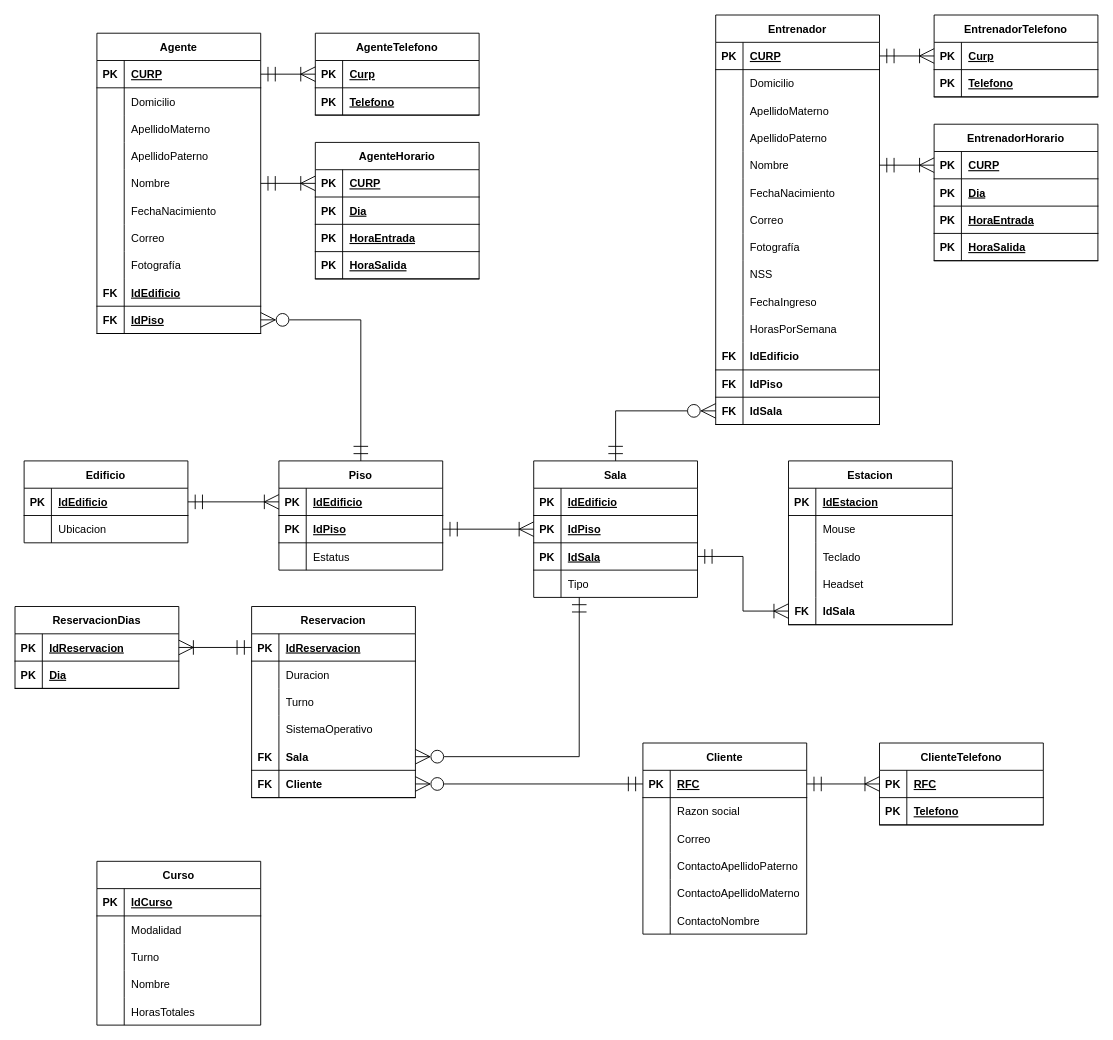
Above: ProyectoFinal/Diagramas/Relacional.drawio in frgaray/FBD-2023-1 (draw.io), before the change. Source tidied: cells renumbered, new cells numbered last; positions are measured from the earlier drawing's top-left corner, leaving out a move shared by most shapes. Both pictures are drawn from the tidied source at 91%, with x=0, y=0 at pixel (15, 15).
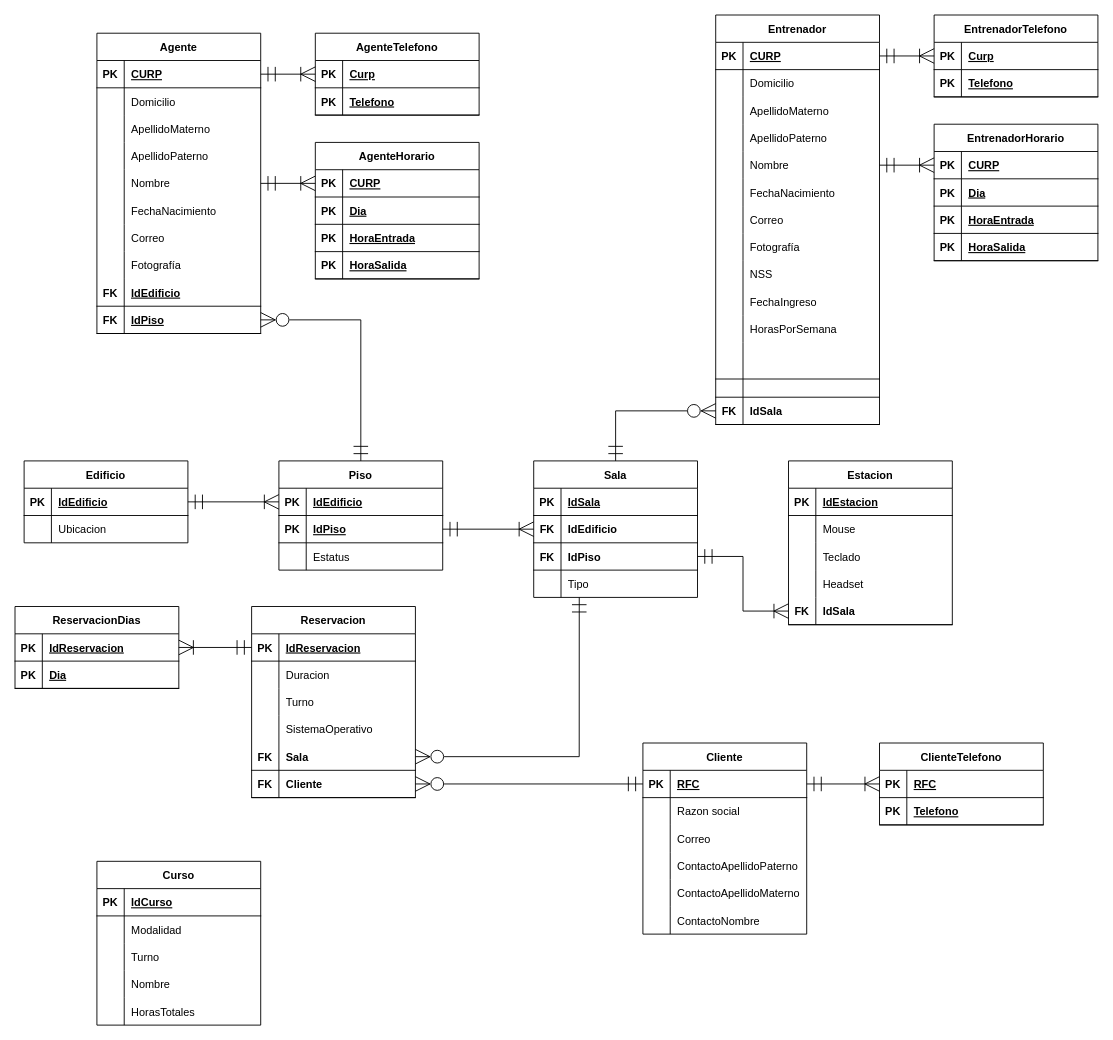
The same page after the edit.

Commit message (it also covers changes not shown here):
changing Sala as strong

Unchanged cells that the change refers to:
```xml
<mxCell id="21" style="shape=tableRow;horizontal=0;startSize=0;swimlaneHead=0;swimlaneBody=0;fillColor=none;top=0;left=0;right=0;bottom=1;" parent="20" vertex="1">
  <mxGeometry y="30" width="180" height="30" as="geometry" />
</mxCell>
<mxCell id="24" style="shape=tableRow;horizontal=0;startSize=0;swimlaneHead=0;swimlaneBody=0;fillColor=none;points=[[0,0.5],[1,0.5]];portConstraint=eastwest;top=0;left=0;right=0;bottom=1;" parent="20" vertex="1">
  <mxGeometry y="60" width="180" height="30" as="geometry" />
</mxCell>
<mxCell id="27" style="shape=tableRow;horizontal=0;startSize=0;swimlaneHead=0;swimlaneBody=0;fillColor=none;points=[[0,0.5],[1,0.5]];portConstraint=eastwest;top=0;left=0;right=0;bottom=1;" parent="20" vertex="1">
  <mxGeometry y="90" width="180" height="30" as="geometry" />
</mxCell>
<mxCell id="133" value="Entrenador" style="shape=table;startSize=30;childLayout=tableLayout;rowLines=0;fontStyle=1;align=center;" parent="1" vertex="1">
  <mxGeometry x="770" width="180" height="450" as="geometry" />
</mxCell>
```

Change to the diagram source:
```diff
@@
-    <mxCell id="23" value="IdEdificio" style="shape=partialRectangle;fillColor=none;top=0;left=0;bottom=0;right=0;align=left;spacingLeft=6;fontStyle=5;overflow=hidden;" parent="21" vertex="1">
+    <mxCell id="23" value="IdSala" style="shape=partialRectangle;fillColor=none;top=0;left=0;bottom=0;right=0;align=left;spacingLeft=6;fontStyle=5;overflow=hidden;" parent="21" vertex="1">
       <mxGeometry x="30" width="150" height="30" as="geometry" />
     </mxCell>
@@
-    <mxCell id="25" value="PK" style="shape=partialRectangle;fillColor=none;top=0;left=0;bottom=0;right=0;fontStyle=1;overflow=hidden;" parent="24" vertex="1">
+    <mxCell id="25" value="FK" style="shape=partialRectangle;fillColor=none;top=0;left=0;bottom=0;right=0;fontStyle=1;overflow=hidden;" parent="24" vertex="1">
       <mxGeometry width="30" height="30" as="geometry" />
     </mxCell>
-    <mxCell id="26" value="IdPiso" style="shape=partialRectangle;fillColor=none;top=0;left=0;bottom=0;right=0;align=left;spacingLeft=6;fontStyle=5;overflow=hidden;" parent="24" vertex="1">
+    <mxCell id="26" value="IdEdificio" style="shape=partialRectangle;fillColor=none;top=0;left=0;bottom=0;right=0;align=left;spacingLeft=6;fontStyle=1;overflow=hidden;" parent="24" vertex="1">
       <mxGeometry x="30" width="150" height="30" as="geometry" />
     </mxCell>
@@
-    <mxCell id="28" value="PK" style="shape=partialRectangle;fillColor=none;top=0;left=0;bottom=0;right=0;fontStyle=1;overflow=hidden;" parent="27" vertex="1">
+    <mxCell id="28" value="FK" style="shape=partialRectangle;fillColor=none;top=0;left=0;bottom=0;right=0;fontStyle=1;overflow=hidden;" parent="27" vertex="1">
       <mxGeometry width="30" height="30" as="geometry" />
     </mxCell>
-    <mxCell id="29" value="IdSala" style="shape=partialRectangle;fillColor=none;top=0;left=0;bottom=0;right=0;align=left;spacingLeft=6;fontStyle=5;overflow=hidden;" parent="27" vertex="1">
+    <mxCell id="29" value="IdPiso" style="shape=partialRectangle;fillColor=none;top=0;left=0;bottom=0;right=0;align=left;spacingLeft=6;fontStyle=1;overflow=hidden;" parent="27" vertex="1">
       <mxGeometry x="30" width="150" height="30" as="geometry" />
     </mxCell>
@@
     <mxCell id="167" style="shape=tableRow;horizontal=0;startSize=0;swimlaneHead=0;swimlaneBody=0;fillColor=none;top=0;left=0;right=0;bottom=1;" parent="133" vertex="1">
-      <mxGeometry y="360" width="180" height="30" as="geometry" />
+      <mxGeometry y="360" width="180" height="40" as="geometry" />
     </mxCell>
-    <mxCell id="168" value="FK" style="shape=partialRectangle;fillColor=none;top=0;left=0;bottom=0;right=0;fontStyle=1;overflow=hidden;" parent="167" vertex="1">
-      <mxGeometry width="30" height="30" as="geometry" />
+    <mxCell id="168" style="shape=partialRectangle;fillColor=none;top=0;left=0;bottom=0;right=0;fontStyle=1;overflow=hidden;" parent="167" vertex="1">
+      <mxGeometry width="30" height="40" as="geometry" />
     </mxCell>
-    <mxCell id="169" value="IdEdificio" style="shape=partialRectangle;fillColor=none;top=0;left=0;bottom=0;right=0;align=left;spacingLeft=6;fontStyle=1;overflow=hidden;" parent="167" vertex="1">
-      <mxGeometry x="30" width="150" height="30" as="geometry" />
+    <mxCell id="169" style="shape=partialRectangle;fillColor=none;top=0;left=0;bottom=0;right=0;align=left;spacingLeft=6;fontStyle=1;overflow=hidden;" parent="167" vertex="1">
+      <mxGeometry x="30" width="150" height="40" as="geometry" />
     </mxCell>
     <mxCell id="170" style="shape=tableRow;horizontal=0;startSize=0;swimlaneHead=0;swimlaneBody=0;fillColor=none;top=0;left=0;right=0;bottom=1;" parent="133" vertex="1">
-      <mxGeometry y="390" width="180" height="30" as="geometry" />
+      <mxGeometry y="400" width="180" height="20" as="geometry" />
     </mxCell>
-    <mxCell id="171" value="FK" style="shape=partialRectangle;fillColor=none;top=0;left=0;bottom=0;right=0;fontStyle=1;overflow=hidden;" parent="170" vertex="1">
-      <mxGeometry width="30" height="30" as="geometry" />
+    <mxCell id="171" style="shape=partialRectangle;fillColor=none;top=0;left=0;bottom=0;right=0;fontStyle=1;overflow=hidden;" parent="170" vertex="1">
+      <mxGeometry width="30" height="20" as="geometry" />
     </mxCell>
-    <mxCell id="172" value="IdPiso" style="shape=partialRectangle;fillColor=none;top=0;left=0;bottom=0;right=0;align=left;spacingLeft=6;fontStyle=1;overflow=hidden;" parent="170" vertex="1">
-      <mxGeometry x="30" width="150" height="30" as="geometry" />
+    <mxCell id="172" style="shape=partialRectangle;fillColor=none;top=0;left=0;bottom=0;right=0;align=left;spacingLeft=6;fontStyle=1;overflow=hidden;" parent="170" vertex="1">
+      <mxGeometry x="30" width="150" height="20" as="geometry" />
     </mxCell>
```
